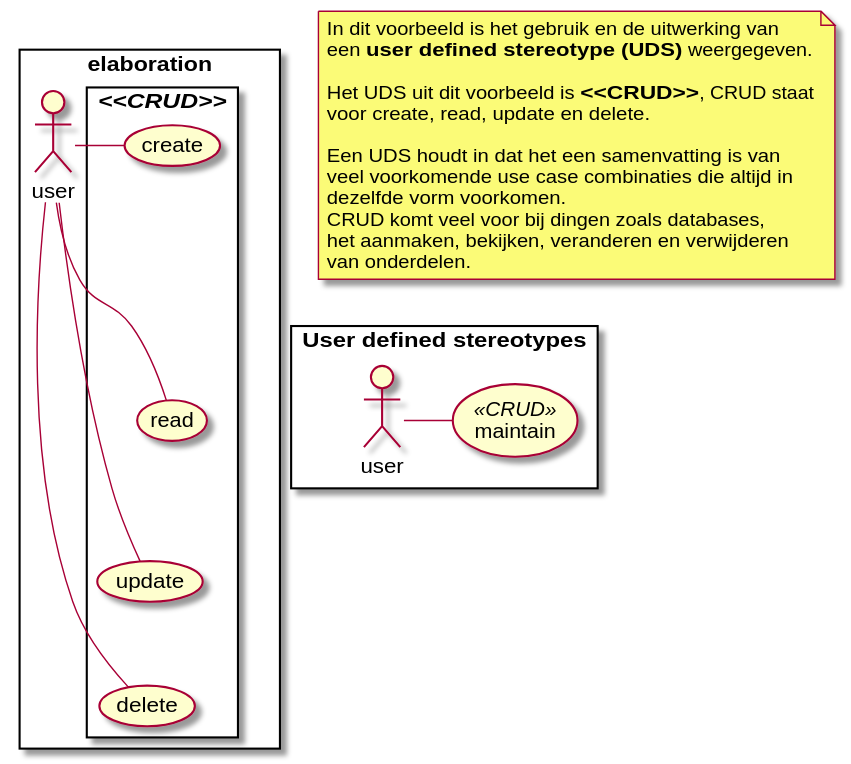
The PlantUML diagram export/use_case/CRUD.svg in LukevLuijn/cheat_sheet_osm_mo, before a commit. The source it was exported from:
```plantuml
@startuml

rectangle r1 as "User defined stereotypes"{
    actor r1_a1 as "user"
    usecase r1_uc1 as "//<<CRUD>>//
     maintain"

     r1_a1 -right- r1_uc1
}

rectangle r2 as "elaboration"{
    actor r2_a1 as "user"

    rectangle r3 as "//<<CRUD>>//"{
        usecase r2_uc1 as "create"
        usecase r2_uc2 as "read"
        usecase r2_uc3 as "update"
        usecase r2_uc4 as "delete"

        r2_uc1-[hidden]down-r2_uc2
        r2_uc2-[hidden]down-r2_uc3
        r2_uc3-[hidden]down-r2_uc4
    }

    r2_a1 -right- r2_uc1
    r2_a1 -right- r2_uc2
    r2_a1 -right- r2_uc3
    r2_a1 -right- r2_uc4
}

note as n1
    In dit voorbeeld is het gebruik en de uitwerking van
    een **user defined stereotype (UDS)** weergegeven.

    Het UDS uit dit voorbeeld is **<<CRUD>>**, CRUD staat
    voor create, read, update en delete.

    Een UDS houdt in dat het een samenvatting is van
    veel voorkomende use case combinaties die altijd in
    dezelfde vorm voorkomen.
    CRUD komt veel voor bij dingen zoals databases,
    het aanmaken, bekijken, veranderen en verwijderen
    van onderdelen.
end note
r2 .[hidden]. r1
@enduml
```
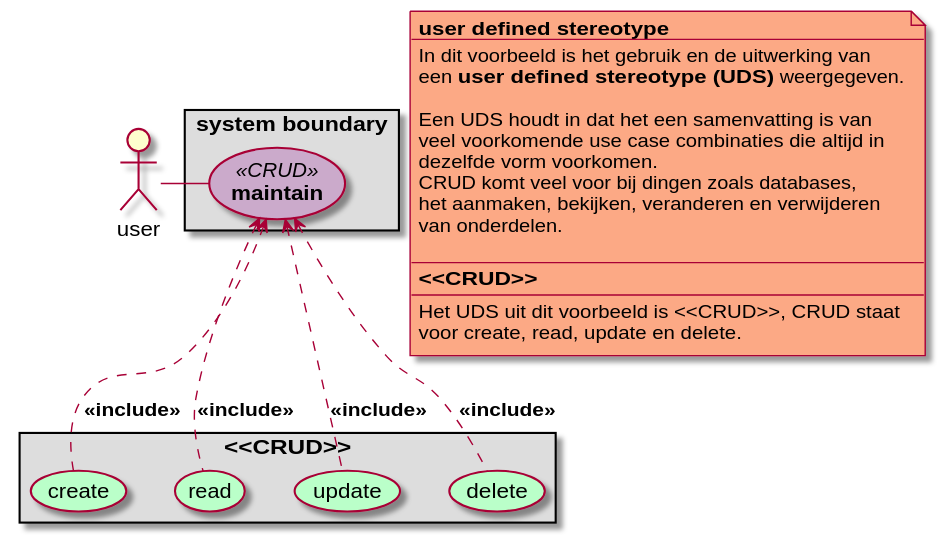
After the commit.

The edit, as a diff of the source:
```diff
@@ -1,39 +1,28 @@
 @startuml
 
-rectangle r1 as "User defined stereotypes"{
-    actor r1_a1 as "user"
-    usecase r1_uc1 as "//<<CRUD>>//
-     maintain"
+actor actor1 as "user"
+rectangle rect1 as "system boundary" #DDDDDD{
+    usecase usecase1 as "//<<CRUD>>//\n**maintain**"  #CBAACB
+}
+actor1 -right- usecase1
 
-     r1_a1 -right- r1_uc1
+rectangle rect2 as "**<<CRUD>>**" #DDDDDD{
+    usecase usecase2 as "create" #BAFFC9
+    usecase usecase3 as "read" #BAFFC9
+    usecase usecase4 as "update" #BAFFC9
+    usecase usecase5 as "delete" #BAFFC9
 }
 
-rectangle r2 as "elaboration"{
-    actor r2_a1 as "user"
+usecase1 <.. usecase2 : **<<include>>**
+usecase1 <.. usecase3 : **<<include>>**
+usecase1 <.. usecase4 : **<<include>>**
+usecase1 <.. usecase5 : **<<include>>**
 
-    rectangle r3 as "//<<CRUD>>//"{
-        usecase r2_uc1 as "create"
-        usecase r2_uc2 as "read"
-        usecase r2_uc3 as "update"
-        usecase r2_uc4 as "delete"
-
-        r2_uc1-[hidden]down-r2_uc2
-        r2_uc2-[hidden]down-r2_uc3
-        r2_uc3-[hidden]down-r2_uc4
-    }
-
-    r2_a1 -right- r2_uc1
-    r2_a1 -right- r2_uc2
-    r2_a1 -right- r2_uc3
-    r2_a1 -right- r2_uc4
-}
-
-note as n1
+note as n1 #FCA985
+    **user defined stereotype**
+    --
     In dit voorbeeld is het gebruik en de uitwerking van
     een **user defined stereotype (UDS)** weergegeven.
-
-    Het UDS uit dit voorbeeld is **<<CRUD>>**, CRUD staat
-    voor create, read, update en delete.
 
     Een UDS houdt in dat het een samenvatting is van
     veel voorkomende use case combinaties die altijd in
@@ -41,6 +30,12 @@
     CRUD komt veel voor bij dingen zoals databases,
     het aanmaken, bekijken, veranderen en verwijderen
     van onderdelen.
+
+    --
+    **<<CRUD>>**
+    --
+    Het UDS uit dit voorbeeld is <<CRUD>>, CRUD staat
+    voor create, read, update en delete.
 end note
-r2 .[hidden]. r1
+
 @enduml
```
